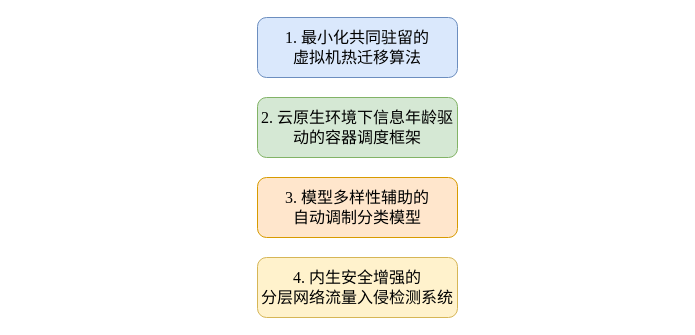
weyg0/Diagrams keeps this draw.io diagram as 开题报告总体架构.drawio. Above is the earlier version. Source tidied: cells renumbered, new cells numbered last; positions are measured from the earlier drawing's top-left corner, leaving out a move shared by most shapes. Both pictures are drawn from the tidied source at 100%, with x=0, y=0 at pixel (257, 17).
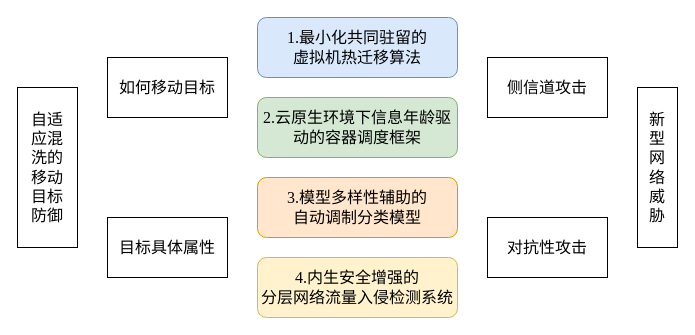
The same page after the edit.

Commit message (it also covers changes not shown here):
更新开题报告总体架构.drawio

What changed in the source:
```diff
@@
 <mxGraphModel>
   <root>
     <mxCell id="0" />
     <mxCell id="1" parent="0" />
-    <mxCell id="2" value="3.&amp;nbsp;模型多样性辅助的&lt;br&gt;自动调制分类模型" style="rounded=1;whiteSpace=wrap;html=1;fontFamily=Times New Roman;fontSize=16;fillColor=#ffe6cc;strokeColor=#d79b00;" parent="1" vertex="1">
+    <mxCell id="2" value="3.模型多样性辅助的&lt;br style=&quot;font-size: 16px;&quot;&gt;自动调制分类模型" style="rounded=1;whiteSpace=wrap;html=1;fontFamily=Times New Roman;fontSize=16;fillColor=#ffe6cc;strokeColor=#d79b00;" parent="1" vertex="1">
       <mxGeometry y="160" width="200" height="60" as="geometry" />
     </mxCell>
-    <mxCell id="3" value="2. 云原生环境下信息年龄驱动的容器调度框架" style="rounded=1;whiteSpace=wrap;html=1;fontFamily=Times New Roman;fontSize=16;fillColor=#d5e8d4;strokeColor=#82b366;" parent="1" vertex="1">
+    <mxCell id="3" value="2.云原生环境下信息年龄驱动的容器调度框架" style="rounded=1;whiteSpace=wrap;html=1;fontFamily=Times New Roman;fontSize=16;fillColor=#d5e8d4;strokeColor=#82b366;" parent="1" vertex="1">
       <mxGeometry y="80" width="200" height="60" as="geometry" />
     </mxCell>
-    <mxCell id="4" value="1. 最小化共同驻留的&lt;br&gt;虚拟机热迁移算法" style="rounded=1;whiteSpace=wrap;html=1;fontFamily=Times New Roman;fontSize=16;fillColor=#dae8fc;strokeColor=#6c8ebf;" parent="1" vertex="1">
+    <mxCell id="4" value="1.最小化共同驻留的&lt;br style=&quot;font-size: 16px;&quot;&gt;虚拟机热迁移算法" style="rounded=1;whiteSpace=wrap;html=1;fontFamily=Times New Roman;fontSize=16;fillColor=#dae8fc;strokeColor=#6c8ebf;" parent="1" vertex="1">
       <mxGeometry width="200" height="60" as="geometry" />
     </mxCell>
-    <mxCell id="5" value="4.&amp;nbsp;内生安全增强的&lt;br&gt;分层网络流量入侵检测系统" style="rounded=1;whiteSpace=wrap;html=1;fontFamily=Times New Roman;fontSize=16;fillColor=#fff2cc;strokeColor=#d6b656;" parent="1" vertex="1">
+    <mxCell id="5" value="4.内生安全增强的&lt;br style=&quot;font-size: 16px;&quot;&gt;分层网络流量入侵检测系统" style="rounded=1;whiteSpace=wrap;html=1;fontFamily=Times New Roman;fontSize=16;fillColor=#fff2cc;strokeColor=#d6b656;" parent="1" vertex="1">
       <mxGeometry y="240" width="200" height="60" as="geometry" />
     </mxCell>
+    <mxCell id="6" value="自适&lt;br&gt;应混&lt;br&gt;洗的&lt;br&gt;移动&lt;br&gt;目标&lt;br&gt;防御" style="rounded=0;whiteSpace=wrap;html=1;fontSize=16;fontFamily=Times New Roman;" parent="1" vertex="1">
+      <mxGeometry x="-240" y="70" width="60" height="160" as="geometry" />
+    </mxCell>
+    <mxCell id="7" value="如何移动目标" style="rounded=0;whiteSpace=wrap;html=1;fontSize=16;fontFamily=Times New Roman;" parent="1" vertex="1">
+      <mxGeometry x="-150" y="40" width="120" height="60" as="geometry" />
+    </mxCell>
+    <mxCell id="8" value="侧信道攻击" style="rounded=0;whiteSpace=wrap;html=1;fontSize=16;fontFamily=Times New Roman;" parent="1" vertex="1">
+      <mxGeometry x="230" y="40" width="120" height="60" as="geometry" />
+    </mxCell>
+    <mxCell id="9" value="对抗性攻击" style="rounded=0;whiteSpace=wrap;html=1;fontSize=16;fontFamily=Times New Roman;" parent="1" vertex="1">
+      <mxGeometry x="230" y="200" width="120" height="60" as="geometry" />
+    </mxCell>
+    <mxCell id="10" value="新&lt;br&gt;型&lt;br&gt;网&lt;br&gt;络&lt;br&gt;威&lt;br&gt;胁" style="rounded=0;whiteSpace=wrap;html=1;fontSize=16;fontFamily=Times New Roman;" parent="1" vertex="1">
+      <mxGeometry x="380" y="70" width="40" height="160" as="geometry" />
+    </mxCell>
+    <mxCell id="11" value="目标具体属性" style="rounded=0;whiteSpace=wrap;html=1;fontSize=16;fontFamily=Times New Roman;" parent="1" vertex="1">
+      <mxGeometry x="-150" y="200" width="120" height="60" as="geometry" />
+    </mxCell>
   </root>
 </mxGraphModel>
```
